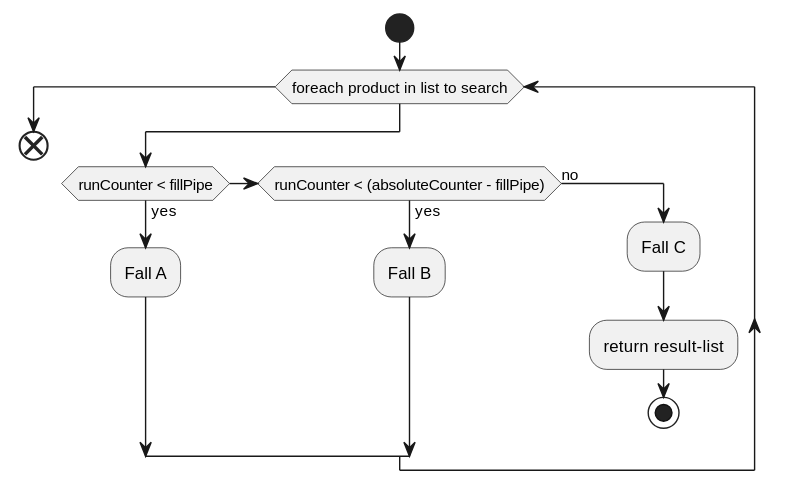
The PlantUML diagram documentation/pap/Simultanius search on LiteDb-Files.svg in KnYL3R/AmIVulnerable, before a commit.
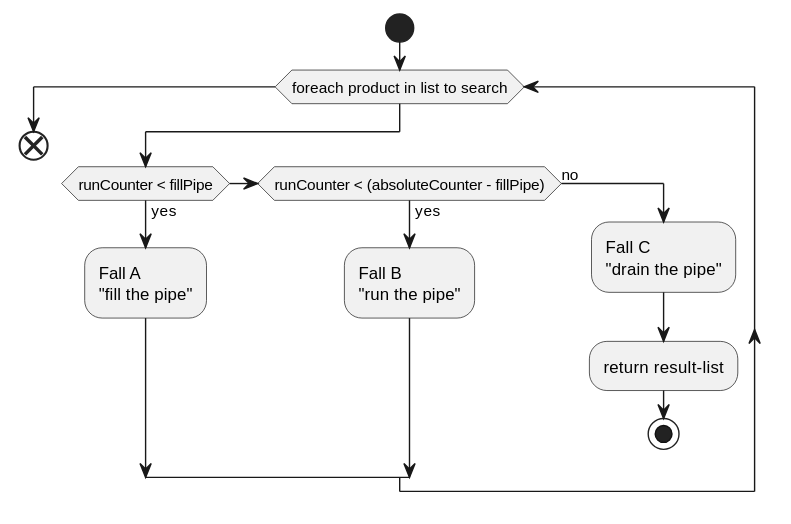
The same diagram one commit later.

Diff of the diagram source:
```diff
@@ -3,11 +3,11 @@
     start
     while (foreach product in list to search)
         if (runCounter < fillPipe) then (yes)
-            :Fall A;
+            :Fall A\n"fill the pipe";
         elseif (runCounter < (absoluteCounter - fillPipe)) then (yes)
-            :Fall B;
+            :Fall B\n"run the pipe";
         else (no)
-            :Fall C;
+            :Fall C\n"drain the pipe";
             :return result-list;
             stop
         endif
```
